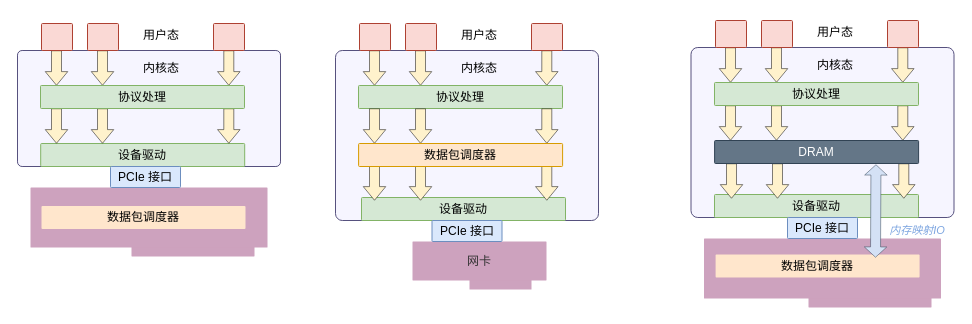
This is page "网卡" (10 of 12) of DRL.drawio from zhangluting123/drawio, a draw.io file, before an edit. Source tidied: cells renumbered, new cells numbered last; positions are measured from the earlier drawing's top-left corner, leaving out a move shared by most shapes. Both pictures are drawn from the tidied source at 100%, with x=0, y=0 at pixel (17, 17).
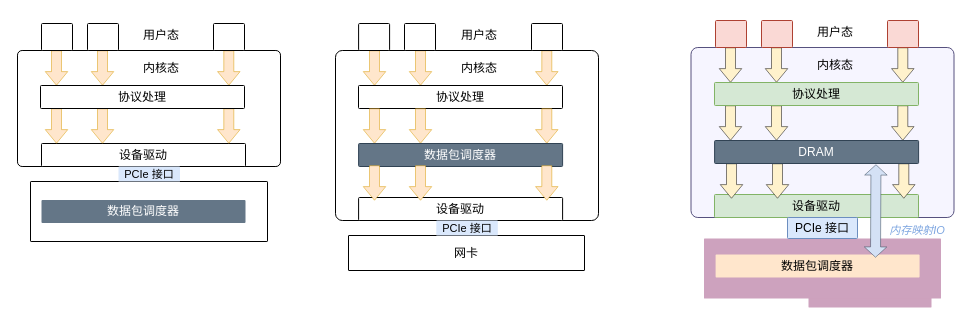
The same diagram, later.

Unchanged cells that the change refers to:
```xml
<mxCell id="9" style="group;" parent="1" vertex="1">
  <mxGeometry x="39" y="91" width="172.3" height="35" as="geometry" />
</mxCell>
<mxCell id="22" style="group;" parent="1" vertex="1">
  <mxGeometry x="357" y="33" width="172.3" height="35" as="geometry" />
</mxCell>
<mxCell id="35" style="group;" parent="1" vertex="1">
  <mxGeometry x="357" y="91" width="172.3" height="35" as="geometry" />
</mxCell>
```

Diff of the diagram source:
```diff
@@
-    <mxCell id="2" style="rounded=1;whiteSpace=wrap;html=1;arcSize=4;fillColor=#F6F5FF;strokeColor=#56517e;strokeWidth=1;" parent="1" vertex="1">
+    <mxCell id="2" style="rounded=1;whiteSpace=wrap;html=1;arcSize=4;strokeWidth=1;" parent="1" vertex="1">
       <mxGeometry y="33" width="263" height="116" as="geometry" />
     </mxCell>
-    <mxCell id="3" value="设备驱动" style="rounded=1;whiteSpace=wrap;html=1;arcSize=4;fillColor=#d5e8d4;strokeColor=#82b366;strokeWidth=1;" parent="1" vertex="1">
-      <mxGeometry x="23.2" y="126" width="204" height="23" as="geometry" />
+    <mxCell id="3" value="设备驱动" style="rounded=1;whiteSpace=wrap;html=1;arcSize=4;strokeWidth=1;" parent="1" vertex="1">
+      <mxGeometry x="24" y="126" width="204" height="23" as="geometry" />
     </mxCell>
-    <mxCell id="4" style="group;" parent="1" vertex="1">
+    <mxCell id="4" style="group;strokeColor=none;" parent="1" vertex="1">
       <mxGeometry x="39" y="33" width="172.3" height="35" as="geometry" />
     </mxCell>
-    <mxCell id="5" style="shape=flexArrow;endArrow=classic;html=1;rounded=0;endWidth=12;endSize=4.38;fillColor=#fff2cc;strokeColor=default;strokeWidth=0.5;" parent="4" edge="1">
+    <mxCell id="5" style="shape=flexArrow;endArrow=classic;html=1;rounded=0;endWidth=12;endSize=4.38;fillColor=#ffe6cc;strokeColor=#d79b00;strokeWidth=0.5;" parent="4" edge="1">
       <mxGeometry relative="1" as="geometry">
         <mxPoint as="sourcePoint" />
         <mxPoint y="35" as="targetPoint" />
       </mxGeometry>
     </mxCell>
-    <mxCell id="6" style="shape=flexArrow;endArrow=classic;html=1;rounded=0;endWidth=12;endSize=4.38;fillColor=#fff2cc;strokeColor=default;strokeWidth=0.5;" parent="4" edge="1">
+    <mxCell id="6" style="shape=flexArrow;endArrow=classic;html=1;rounded=0;endWidth=12;endSize=4.38;fillColor=#ffe6cc;strokeColor=#d79b00;strokeWidth=0.5;" parent="4" edge="1">
       <mxGeometry relative="1" as="geometry">
         <mxPoint x="46" as="sourcePoint" />
         <mxPoint x="46" y="35" as="targetPoint" />
       </mxGeometry>
     </mxCell>
-    <mxCell id="7" style="shape=flexArrow;endArrow=classic;html=1;rounded=0;endWidth=12;endSize=4.38;fillColor=#fff2cc;strokeColor=default;strokeWidth=0.5;" parent="4" edge="1">
+    <mxCell id="7" style="shape=flexArrow;endArrow=classic;html=1;rounded=0;endWidth=12;endSize=4.38;fillColor=#ffe6cc;strokeColor=#d79b00;strokeWidth=0.5;" parent="4" edge="1">
       <mxGeometry relative="1" as="geometry">
         <mxPoint x="172.3" as="sourcePoint" />
         <mxPoint x="172.3" y="35" as="targetPoint" />
       </mxGeometry>
     </mxCell>
@@
-    <mxCell id="10" style="shape=flexArrow;endArrow=classic;html=1;rounded=0;endWidth=12;endSize=4.38;fillColor=#fff2cc;strokeColor=default;strokeWidth=0.5;" parent="9" edge="1">
+    <mxCell id="10" style="shape=flexArrow;endArrow=classic;html=1;rounded=0;endWidth=12;endSize=4.38;fillColor=#ffe6cc;strokeColor=#d79b00;strokeWidth=0.5;" parent="9" edge="1">
       <mxGeometry relative="1" as="geometry">
         <mxPoint as="sourcePoint" />
         <mxPoint y="35" as="targetPoint" />
       </mxGeometry>
     </mxCell>
-    <mxCell id="11" style="shape=flexArrow;endArrow=classic;html=1;rounded=0;endWidth=12;endSize=4.38;fillColor=#fff2cc;strokeColor=default;strokeWidth=0.5;" parent="9" edge="1">
+    <mxCell id="11" style="shape=flexArrow;endArrow=classic;html=1;rounded=0;endWidth=12;endSize=4.38;fillColor=#ffe6cc;strokeColor=#d79b00;strokeWidth=0.5;" parent="9" edge="1">
       <mxGeometry relative="1" as="geometry">
         <mxPoint x="46" as="sourcePoint" />
         <mxPoint x="46" y="35" as="targetPoint" />
       </mxGeometry>
     </mxCell>
-    <mxCell id="12" style="shape=flexArrow;endArrow=classic;html=1;rounded=0;endWidth=12;endSize=4.38;fillColor=#fff2cc;strokeColor=default;strokeWidth=0.5;" parent="9" edge="1">
+    <mxCell id="12" style="shape=flexArrow;endArrow=classic;html=1;rounded=0;endWidth=12;endSize=4.38;fillColor=#ffe6cc;strokeColor=#d79b00;strokeWidth=0.5;" parent="9" edge="1">
       <mxGeometry relative="1" as="geometry">
         <mxPoint x="172.3" as="sourcePoint" />
         <mxPoint x="172.3" y="35" as="targetPoint" />
       </mxGeometry>
     </mxCell>
-    <mxCell id="13" value="协议处理" style="rounded=1;whiteSpace=wrap;html=1;arcSize=4;fillColor=#d5e8d4;strokeColor=#82b366;strokeWidth=1;" parent="1" vertex="1">
+    <mxCell id="13" value="协议处理" style="rounded=1;whiteSpace=wrap;html=1;arcSize=4;strokeWidth=1;" parent="1" vertex="1">
       <mxGeometry x="23" y="68" width="204" height="23" as="geometry" />
     </mxCell>
-    <mxCell id="14" style="rounded=1;whiteSpace=wrap;html=1;arcSize=4;fillColor=#fad9d5;strokeColor=#ae4132;strokeWidth=1;" parent="1" vertex="1">
+    <mxCell id="14" style="rounded=1;whiteSpace=wrap;html=1;arcSize=4;strokeWidth=1;" parent="1" vertex="1">
       <mxGeometry x="24" y="6" width="31" height="27" as="geometry" />
     </mxCell>
-    <mxCell id="15" style="rounded=1;whiteSpace=wrap;html=1;arcSize=4;fillColor=#fad9d5;strokeColor=#ae4132;strokeWidth=1;" parent="1" vertex="1">
+    <mxCell id="15" style="rounded=1;whiteSpace=wrap;html=1;arcSize=4;strokeWidth=1;" parent="1" vertex="1">
       <mxGeometry x="70" y="6" width="31" height="27" as="geometry" />
     </mxCell>
-    <mxCell id="16" style="rounded=1;whiteSpace=wrap;html=1;arcSize=4;fillColor=#fad9d5;strokeColor=#ae4132;strokeWidth=1;" parent="1" vertex="1">
+    <mxCell id="16" style="rounded=1;whiteSpace=wrap;html=1;arcSize=4;strokeWidth=1;" parent="1" vertex="1">
       <mxGeometry x="196" y="6" width="31" height="27" as="geometry" />
     </mxCell>
@@
-    <mxCell id="18" style="rounded=1;whiteSpace=wrap;html=1;arcSize=1;fillColor=#CDA2BE;strokeColor=none;strokeWidth=1;fontColor=#333333;" parent="1" vertex="1">
-      <mxGeometry x="114" y="200" width="123" height="39" as="geometry" />
-    </mxCell>
-    <mxCell id="19" style="rounded=1;whiteSpace=wrap;html=1;arcSize=1;fillColor=#CDA2BE;strokeColor=none;strokeWidth=1;" parent="1" vertex="1">
-      <mxGeometry x="13" y="170" width="237" height="60" as="geometry" />
+    <mxCell id="19" style="rounded=1;whiteSpace=wrap;html=1;arcSize=1;strokeWidth=1;glass=0;" parent="1" vertex="1">
+      <mxGeometry x="13" y="164" width="237" height="60" as="geometry" />
     </mxCell>
-    <mxCell id="20" value="数据包调度器" style="rounded=1;whiteSpace=wrap;html=1;arcSize=4;fillColor=#ffe6cc;strokeColor=none;strokeWidth=1;" parent="1" vertex="1">
-      <mxGeometry x="24" y="188.5" width="204" height="23" as="geometry" />
-    </mxCell>
-    <mxCell id="21" style="rounded=1;whiteSpace=wrap;html=1;arcSize=4;fillColor=#F6F5FF;strokeColor=#56517e;strokeWidth=1;" parent="1" vertex="1">
+    <mxCell id="21" style="rounded=1;whiteSpace=wrap;html=1;arcSize=4;strokeWidth=1;fillColor=#FFFFFF;strokeColor=default;" parent="1" vertex="1">
       <mxGeometry x="318" y="33" width="263" height="170" as="geometry" />
     </mxCell>
@@
-    <mxCell id="23" style="shape=flexArrow;endArrow=classic;html=1;rounded=0;endWidth=12;endSize=4.38;fillColor=#fff2cc;strokeColor=default;strokeWidth=0.5;" parent="22" edge="1">
+    <mxCell id="23" style="shape=flexArrow;endArrow=classic;html=1;rounded=0;endWidth=12;endSize=4.38;fillColor=#ffe6cc;strokeColor=#d79b00;strokeWidth=0.5;" parent="22" edge="1">
       <mxGeometry relative="1" as="geometry">
         <mxPoint as="sourcePoint" />
         <mxPoint y="35" as="targetPoint" />
       </mxGeometry>
     </mxCell>
-    <mxCell id="24" style="shape=flexArrow;endArrow=classic;html=1;rounded=0;endWidth=12;endSize=4.38;fillColor=#fff2cc;strokeColor=default;strokeWidth=0.5;" parent="22" edge="1">
+    <mxCell id="24" style="shape=flexArrow;endArrow=classic;html=1;rounded=0;endWidth=12;endSize=4.38;fillColor=#ffe6cc;strokeColor=#d79b00;strokeWidth=0.5;" parent="22" edge="1">
       <mxGeometry relative="1" as="geometry">
         <mxPoint x="46" as="sourcePoint" />
         <mxPoint x="46" y="35" as="targetPoint" />
       </mxGeometry>
     </mxCell>
-    <mxCell id="25" style="shape=flexArrow;endArrow=classic;html=1;rounded=0;endWidth=12;endSize=4.38;fillColor=#fff2cc;strokeColor=default;strokeWidth=0.5;" parent="22" edge="1">
+    <mxCell id="25" style="shape=flexArrow;endArrow=classic;html=1;rounded=0;endWidth=12;endSize=4.38;fillColor=#ffe6cc;strokeColor=#d79b00;strokeWidth=0.5;" parent="22" edge="1">
       <mxGeometry relative="1" as="geometry">
         <mxPoint x="172.3" as="sourcePoint" />
         <mxPoint x="172.3" y="35" as="targetPoint" />
       </mxGeometry>
     </mxCell>
@@
-    <mxCell id="27" value="协议处理" style="rounded=1;whiteSpace=wrap;html=1;arcSize=4;fillColor=#d5e8d4;strokeColor=#82b366;strokeWidth=1;" parent="1" vertex="1">
+    <mxCell id="27" value="协议处理" style="rounded=1;whiteSpace=wrap;html=1;arcSize=4;strokeWidth=1;" parent="1" vertex="1">
       <mxGeometry x="341" y="68" width="204" height="23" as="geometry" />
     </mxCell>
-    <mxCell id="28" style="rounded=1;whiteSpace=wrap;html=1;arcSize=4;fillColor=#fad9d5;strokeColor=#ae4132;strokeWidth=1;" parent="1" vertex="1">
-      <mxGeometry x="342" y="6" width="31" height="27" as="geometry" />
-    </mxCell>
-    <mxCell id="29" style="rounded=1;whiteSpace=wrap;html=1;arcSize=4;fillColor=#fad9d5;strokeColor=#ae4132;strokeWidth=1;" parent="1" vertex="1">
-      <mxGeometry x="388" y="6" width="31" height="27" as="geometry" />
-    </mxCell>
-    <mxCell id="30" style="rounded=1;whiteSpace=wrap;html=1;arcSize=4;fillColor=#fad9d5;strokeColor=#ae4132;strokeWidth=1;" parent="1" vertex="1">
-      <mxGeometry x="514" y="6" width="31" height="27" as="geometry" />
-    </mxCell>
@@
-    <mxCell id="32" style="rounded=1;whiteSpace=wrap;html=1;arcSize=1;fillColor=#CDA2BE;strokeColor=none;strokeWidth=1;fontColor=#333333;" parent="1" vertex="1">
-      <mxGeometry x="452" y="242" width="62" height="30" as="geometry" />
-    </mxCell>
-    <mxCell id="33" value="PCIe 接口" style="rounded=1;whiteSpace=wrap;html=1;arcSize=4;fillColor=#dae8fc;strokeColor=#6c8ebf;strokeWidth=1;" parent="1" vertex="1">
-      <mxGeometry x="93" y="149" width="70" height="21" as="geometry" />
-    </mxCell>
-    <mxCell id="34" value="设备驱动" style="rounded=1;whiteSpace=wrap;html=1;arcSize=4;fillColor=#d5e8d4;strokeColor=#82b366;strokeWidth=1;" parent="1" vertex="1">
-      <mxGeometry x="344" y="180" width="204" height="23" as="geometry" />
+    <mxCell id="34" value="设备驱动" style="rounded=1;whiteSpace=wrap;html=1;arcSize=4;strokeWidth=1;" parent="1" vertex="1">
+      <mxGeometry x="341.1" y="180" width="204" height="23" as="geometry" />
     </mxCell>
@@
-    <mxCell id="36" style="shape=flexArrow;endArrow=classic;html=1;rounded=0;endWidth=12;endSize=4.38;fillColor=#fff2cc;strokeColor=default;strokeWidth=0.5;" parent="35" edge="1">
+    <mxCell id="36" style="shape=flexArrow;endArrow=classic;html=1;rounded=0;endWidth=12;endSize=4.38;fillColor=#ffe6cc;strokeColor=#d79b00;strokeWidth=0.5;" parent="35" edge="1">
       <mxGeometry relative="1" as="geometry">
         <mxPoint as="sourcePoint" />
         <mxPoint y="35" as="targetPoint" />
       </mxGeometry>
     </mxCell>
-    <mxCell id="37" style="shape=flexArrow;endArrow=classic;html=1;rounded=0;endWidth=12;endSize=4.38;fillColor=#fff2cc;strokeColor=default;strokeWidth=0.5;" parent="35" edge="1">
+    <mxCell id="37" style="shape=flexArrow;endArrow=classic;html=1;rounded=0;endWidth=12;endSize=4.38;fillColor=#ffe6cc;strokeColor=#d79b00;strokeWidth=0.5;" parent="35" edge="1">
       <mxGeometry relative="1" as="geometry">
         <mxPoint x="46" as="sourcePoint" />
         <mxPoint x="46" y="35" as="targetPoint" />
       </mxGeometry>
     </mxCell>
-    <mxCell id="38" style="shape=flexArrow;endArrow=classic;html=1;rounded=0;endWidth=12;endSize=4.38;fillColor=#fff2cc;strokeColor=default;strokeWidth=0.5;" parent="35" edge="1">
+    <mxCell id="38" style="shape=flexArrow;endArrow=classic;html=1;rounded=0;endWidth=12;endSize=4.38;fillColor=#ffe6cc;strokeColor=#d79b00;strokeWidth=0.5;" parent="35" edge="1">
       <mxGeometry relative="1" as="geometry">
         <mxPoint x="172.3" as="sourcePoint" />
         <mxPoint x="172.3" y="35" as="targetPoint" />
       </mxGeometry>
     </mxCell>
-    <mxCell id="39" style="group;" parent="1" vertex="1">
-      <mxGeometry x="357" y="148" width="172.3" height="35" as="geometry" />
-    </mxCell>
-    <mxCell id="40" style="shape=flexArrow;endArrow=classic;html=1;rounded=0;endWidth=12;endSize=4.38;fillColor=#fff2cc;strokeColor=default;strokeWidth=0.5;" parent="39" edge="1">
-      <mxGeometry relative="1" as="geometry">
-        <mxPoint as="sourcePoint" />
-        <mxPoint y="35" as="targetPoint" />
-      </mxGeometry>
-    </mxCell>
-    <mxCell id="41" style="shape=flexArrow;endArrow=classic;html=1;rounded=0;endWidth=12;endSize=4.38;fillColor=#fff2cc;strokeColor=default;strokeWidth=0.5;" parent="39" edge="1">
-      <mxGeometry relative="1" as="geometry">
-        <mxPoint x="46" as="sourcePoint" />
-        <mxPoint x="46" y="35" as="targetPoint" />
-      </mxGeometry>
-    </mxCell>
-    <mxCell id="42" style="shape=flexArrow;endArrow=classic;html=1;rounded=0;endWidth=12;endSize=4.38;fillColor=#fff2cc;strokeColor=default;strokeWidth=0.5;" parent="39" edge="1">
-      <mxGeometry relative="1" as="geometry">
-        <mxPoint x="172.3" as="sourcePoint" />
-        <mxPoint x="172.3" y="35" as="targetPoint" />
-      </mxGeometry>
-    </mxCell>
-    <mxCell id="43" value="数据包调度器" style="rounded=1;whiteSpace=wrap;html=1;arcSize=4;fillColor=#ffe6cc;strokeColor=#d79b00;strokeWidth=1;" parent="1" vertex="1">
+    <mxCell id="43" value="数据包调度器" style="rounded=1;whiteSpace=wrap;html=1;arcSize=4;fillColor=#647687;strokeColor=#314354;strokeWidth=1;fontColor=#ffffff;" parent="1" vertex="1">
       <mxGeometry x="341.1" y="126" width="204" height="23" as="geometry" />
     </mxCell>
-    <mxCell id="44" value="网卡" style="rounded=1;whiteSpace=wrap;html=1;arcSize=1;fillColor=#CDA2BE;strokeColor=none;strokeWidth=1;fontColor=#333333;" parent="1" vertex="1">
-      <mxGeometry x="395" y="224" width="134" height="39" as="geometry" />
+    <mxCell id="44" value="网卡" style="rounded=1;whiteSpace=wrap;html=1;arcSize=1;strokeWidth=1;" parent="1" vertex="1">
+      <mxGeometry x="331" y="218" width="236" height="35" as="geometry" />
     </mxCell>
-    <mxCell id="45" value="PCIe 接口" style="rounded=1;whiteSpace=wrap;html=1;arcSize=4;fillColor=#dae8fc;strokeColor=#6c8ebf;strokeWidth=1;" parent="1" vertex="1">
-      <mxGeometry x="414.5" y="203" width="70" height="21" as="geometry" />
+    <mxCell id="45" value="&lt;font style=&quot;font-size: 11px;&quot;&gt;PCIe 接口&lt;/font&gt;" style="rounded=1;whiteSpace=wrap;html=1;arcSize=4;strokeWidth=1;fillColor=#dae8fc;strokeColor=none;" parent="1" vertex="1">
+      <mxGeometry x="418.8" y="203" width="61.5" height="15" as="geometry" />
     </mxCell>
@@
+    <mxCell id="20" value="数据包调度器" style="rounded=1;whiteSpace=wrap;html=1;arcSize=4;fillColor=#647687;strokeColor=none;strokeWidth=1;fontColor=#ffffff;" parent="1" vertex="1">
+      <mxGeometry x="24" y="182.5" width="204" height="23" as="geometry" />
+    </mxCell>
+    <mxCell id="73" style="rounded=1;whiteSpace=wrap;html=1;arcSize=4;strokeWidth=1;" parent="1" vertex="1">
+      <mxGeometry x="341.1" y="6" width="31" height="27" as="geometry" />
+    </mxCell>
+    <mxCell id="74" style="rounded=1;whiteSpace=wrap;html=1;arcSize=4;strokeWidth=1;" parent="1" vertex="1">
+      <mxGeometry x="387" y="6" width="31" height="27" as="geometry" />
+    </mxCell>
+    <mxCell id="75" style="rounded=1;whiteSpace=wrap;html=1;arcSize=4;strokeWidth=1;" parent="1" vertex="1">
+      <mxGeometry x="514" y="6" width="31" height="27" as="geometry" />
+    </mxCell>
+    <mxCell id="39" style="group;" parent="1" vertex="1">
+      <mxGeometry x="357" y="148" width="172.3" height="35" as="geometry" />
+    </mxCell>
+    <mxCell id="76" style="shape=flexArrow;endArrow=classic;html=1;rounded=0;endWidth=12;endSize=4.38;fillColor=#ffe6cc;strokeColor=#d79b00;strokeWidth=0.5;" parent="39" edge="1">
+      <mxGeometry relative="1" as="geometry">
+        <mxPoint as="sourcePoint" />
+        <mxPoint y="35" as="targetPoint" />
+      </mxGeometry>
+    </mxCell>
+    <mxCell id="77" style="shape=flexArrow;endArrow=classic;html=1;rounded=0;endWidth=12;endSize=4.38;fillColor=#ffe6cc;strokeColor=#d79b00;strokeWidth=0.5;" parent="39" edge="1">
+      <mxGeometry relative="1" as="geometry">
+        <mxPoint x="46" as="sourcePoint" />
+        <mxPoint x="46" y="35" as="targetPoint" />
+      </mxGeometry>
+    </mxCell>
+    <mxCell id="78" style="shape=flexArrow;endArrow=classic;html=1;rounded=0;endWidth=12;endSize=4.38;fillColor=#ffe6cc;strokeColor=#d79b00;strokeWidth=0.5;" parent="39" edge="1">
+      <mxGeometry relative="1" as="geometry">
+        <mxPoint x="172.3" as="sourcePoint" />
+        <mxPoint x="172.3" y="35" as="targetPoint" />
+      </mxGeometry>
+    </mxCell>
+    <mxCell id="33" value="&lt;font style=&quot;font-size: 11px;&quot;&gt;PCIe 接口&lt;/font&gt;" style="rounded=1;whiteSpace=wrap;html=1;arcSize=4;strokeWidth=1;fillColor=#dae8fc;strokeColor=none;" parent="1" vertex="1">
+      <mxGeometry x="101" y="149" width="61.5" height="15" as="geometry" />
+    </mxCell>
```
